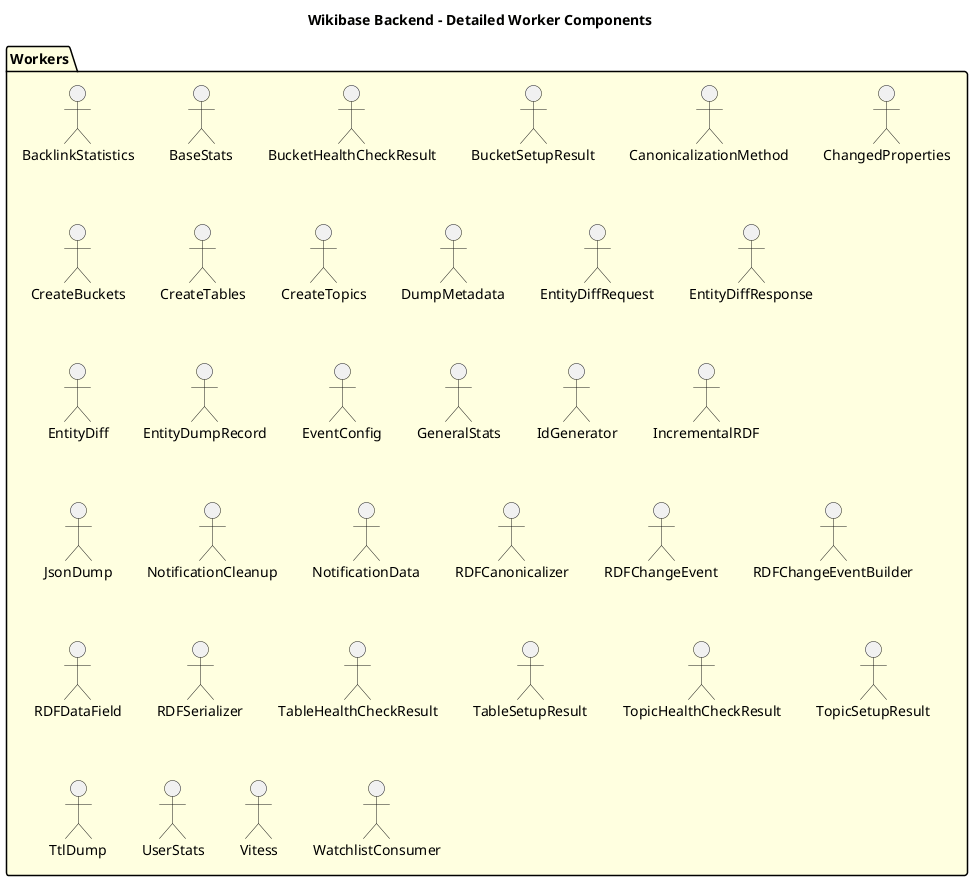
This is docs/DIAGRAMS/png/detailed_worker_components.png from dpriskorn/entitybase-backend, a PlantUML export, as it was before one commit.
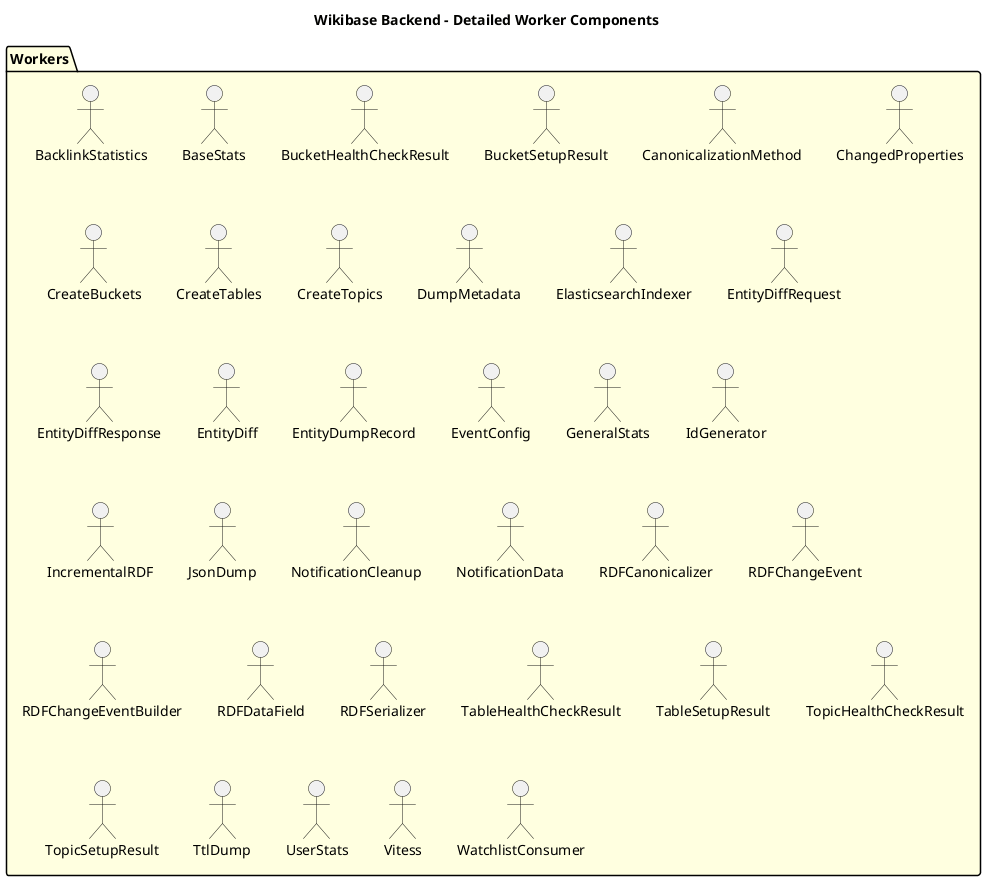
The same diagram one commit later.

Diff of the diagram source:
```diff
@@ -13,6 +13,7 @@
     "CreateTables" as CreateTables
     "CreateTopics" as CreateTopics
     "DumpMetadata" as DumpMetadata
+    "ElasticsearchIndexer" as ElasticsearchIndexerWorker
     "EntityDiffRequest" as EntityDiffRequest
     "EntityDiffResponse" as EntityDiffResponse
     "EntityDiff" as EntityDiffWorker
```
